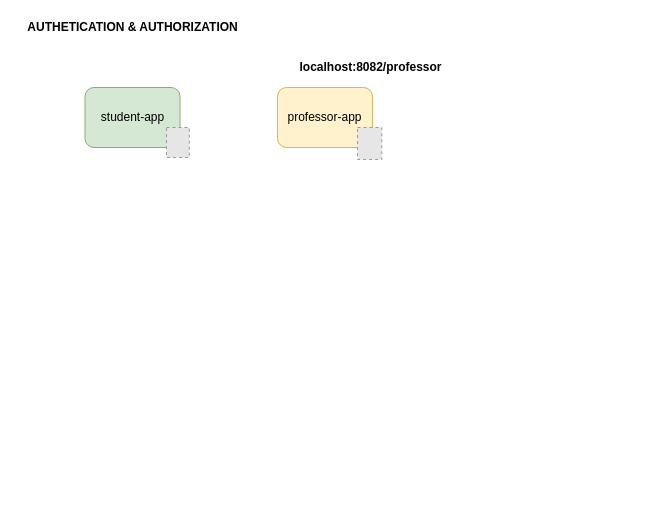
The draw.io diagram spring-security-with-keycloak-app.drawio in CarlosRobertoMedeiros/study-spring-security-with-keycloak, before the edit. Source tidied: cells renumbered, new cells numbered last; positions are measured from the earlier drawing's top-left corner, leaving out a move shared by most shapes. Both pictures are drawn from the tidied source at 100%, with x=0, y=0 at pixel (17, 17). Pictures stored in the file or linked from it are replaced by grey dashed boxes.
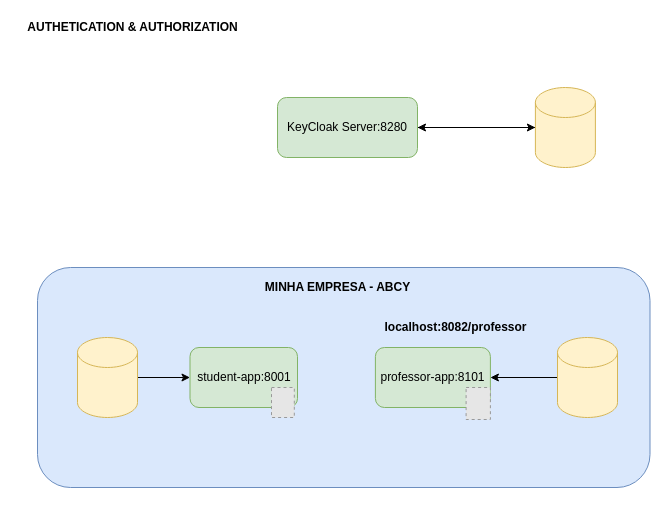
Above is the later version.

Diff of the diagram source:
```diff
@@
 <mxGraphModel>
   <root>
     <mxCell id="0" />
     <mxCell id="1" parent="0" />
     <mxCell id="2" value="&lt;b&gt;AUTHETICATION &amp;amp; AUTHORIZATION&lt;/b&gt;" style="text;html=1;align=center;verticalAlign=middle;strokeColor=none;fillColor=none;" parent="1" vertex="1">
       <mxGeometry width="230" height="20" as="geometry" />
     </mxCell>
+    <mxCell id="8" style="rounded=1;whiteSpace=wrap;html=1;fillColor=#dae8fc;strokeColor=#6c8ebf;" parent="1" vertex="1">
+      <mxGeometry x="20" y="250" width="612.5" height="220" as="geometry" />
+    </mxCell>
+    <mxCell id="9" value="&lt;b&gt;MINHA EMPRESA - ABCY&lt;/b&gt;" style="text;html=1;align=center;verticalAlign=middle;strokeColor=none;fillColor=none;" parent="1" vertex="1">
+      <mxGeometry x="240" y="260" width="160" height="20" as="geometry" />
+    </mxCell>
-    <mxCell id="3" value="student-app" style="rounded=1;whiteSpace=wrap;html=1;fillColor=#d5e8d4;strokeColor=#82b366;" parent="1" vertex="1">
-      <mxGeometry x="67.5" y="70" width="95" height="60" as="geometry" />
+    <mxCell id="3" value="student-app:8001" style="rounded=1;whiteSpace=wrap;html=1;fillColor=#d5e8d4;strokeColor=#82b366;" parent="1" vertex="1">
+      <mxGeometry x="172.5" y="330" width="107.5" height="60" as="geometry" />
     </mxCell>
     <mxCell id="4" style="fillColor=#E6E6E6;strokeColor=#999999;dashed=1;verticalLabelPosition=bottom;labelBackgroundColor=default;verticalAlign=top;" parent="1" vertex="1">
-      <mxGeometry x="149" y="110" width="22.8" height="30" as="geometry" />
+      <mxGeometry x="254" y="370" width="22.8" height="30" as="geometry" />
     </mxCell>
-    <mxCell id="5" value="professor-app" style="rounded=1;whiteSpace=wrap;html=1;fillColor=#fff2cc;strokeColor=#d6b656;" parent="1" vertex="1">
-      <mxGeometry x="260" y="70" width="95" height="60" as="geometry" />
+    <mxCell id="5" value="professor-app:8101" style="rounded=1;whiteSpace=wrap;html=1;fillColor=#d5e8d4;strokeColor=#82b366;" parent="1" vertex="1">
+      <mxGeometry x="357.9" y="330" width="115" height="60" as="geometry" />
     </mxCell>
     <mxCell id="6" style="fillColor=#E6E6E6;strokeColor=#999999;dashed=1;verticalLabelPosition=bottom;labelBackgroundColor=default;verticalAlign=top;" parent="1" vertex="1">
-      <mxGeometry x="340" y="110" width="24.3" height="32" as="geometry" />
+      <mxGeometry x="448.6" y="370" width="24.3" height="32" as="geometry" />
     </mxCell>
     <mxCell id="7" value="&lt;b&gt;localhost:8082/professor&lt;/b&gt;" style="text;html=1;align=center;verticalAlign=middle;strokeColor=none;fillColor=none;" parent="1" vertex="1">
-      <mxGeometry x="272.9" y="40" width="160" height="20" as="geometry" />
+      <mxGeometry x="357.9" y="300" width="160" height="20" as="geometry" />
     </mxCell>
+    <mxCell id="10" style="edgeStyle=orthogonalEdgeStyle;rounded=0;jettySize=auto;html=1;entryX=0;entryY=0.5;entryDx=0;entryDy=0;entryPerimeter=0;" parent="1" edge="1" source="11" target="13">
+      <mxGeometry relative="1" as="geometry" />
+    </mxCell>
+    <mxCell id="11" value="KeyCloak Server:8280" style="rounded=1;whiteSpace=wrap;html=1;fillColor=#d5e8d4;strokeColor=#82b366;" parent="1" vertex="1">
+      <mxGeometry x="260" y="80" width="140" height="60" as="geometry" />
+    </mxCell>
+    <mxCell id="12" style="edgeStyle=orthogonalEdgeStyle;rounded=0;jettySize=auto;html=1;" parent="1" edge="1" source="13">
+      <mxGeometry relative="1" as="geometry">
+        <mxPoint x="400" y="110" as="targetPoint" />
+      </mxGeometry>
+    </mxCell>
+    <mxCell id="13" style="shape=cylinder3;whiteSpace=wrap;html=1;boundedLbl=1;backgroundOutline=1;size=15;fillColor=#fff2cc;strokeColor=#d6b656;" parent="1" vertex="1">
+      <mxGeometry x="517.9" y="70" width="60" height="80" as="geometry" />
+    </mxCell>
+    <mxCell id="14" style="edgeStyle=orthogonalEdgeStyle;rounded=0;jettySize=auto;html=1;entryX=1;entryY=0.5;entryDx=0;entryDy=0;" parent="1" edge="1" source="15" target="5">
+      <mxGeometry relative="1" as="geometry" />
+    </mxCell>
+    <mxCell id="15" style="shape=cylinder3;whiteSpace=wrap;html=1;boundedLbl=1;backgroundOutline=1;size=15;fillColor=#fff2cc;strokeColor=#d6b656;" parent="1" vertex="1">
+      <mxGeometry x="540" y="320" width="60" height="80" as="geometry" />
+    </mxCell>
+    <mxCell id="16" style="edgeStyle=orthogonalEdgeStyle;rounded=0;jettySize=auto;html=1;" parent="1" edge="1" source="17" target="3">
+      <mxGeometry relative="1" as="geometry" />
+    </mxCell>
+    <mxCell id="17" style="shape=cylinder3;whiteSpace=wrap;html=1;boundedLbl=1;backgroundOutline=1;size=15;fillColor=#fff2cc;strokeColor=#d6b656;" parent="1" vertex="1">
+      <mxGeometry x="60" y="320" width="60" height="80" as="geometry" />
+    </mxCell>
   </root>
 </mxGraphModel>
```
